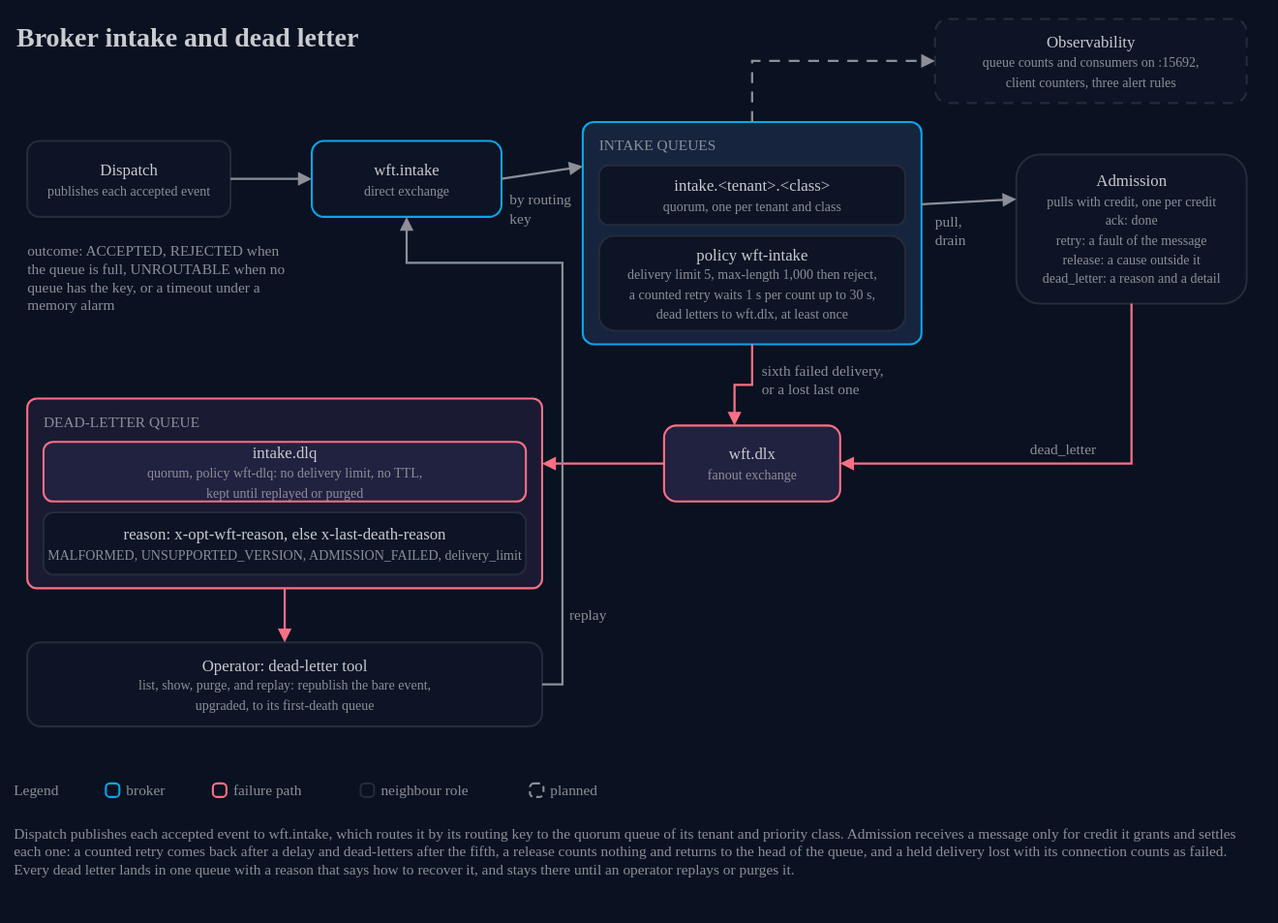
Earlier version of the draw.io export docs/architecture/19-broker-intake-and-dead-letter.drawio.svg (AndoNorth/disyard). Source tidied: cells renumbered, new cells last; positions are measured from the earlier drawing's top-left corner, leaving out a move shared by most shapes.
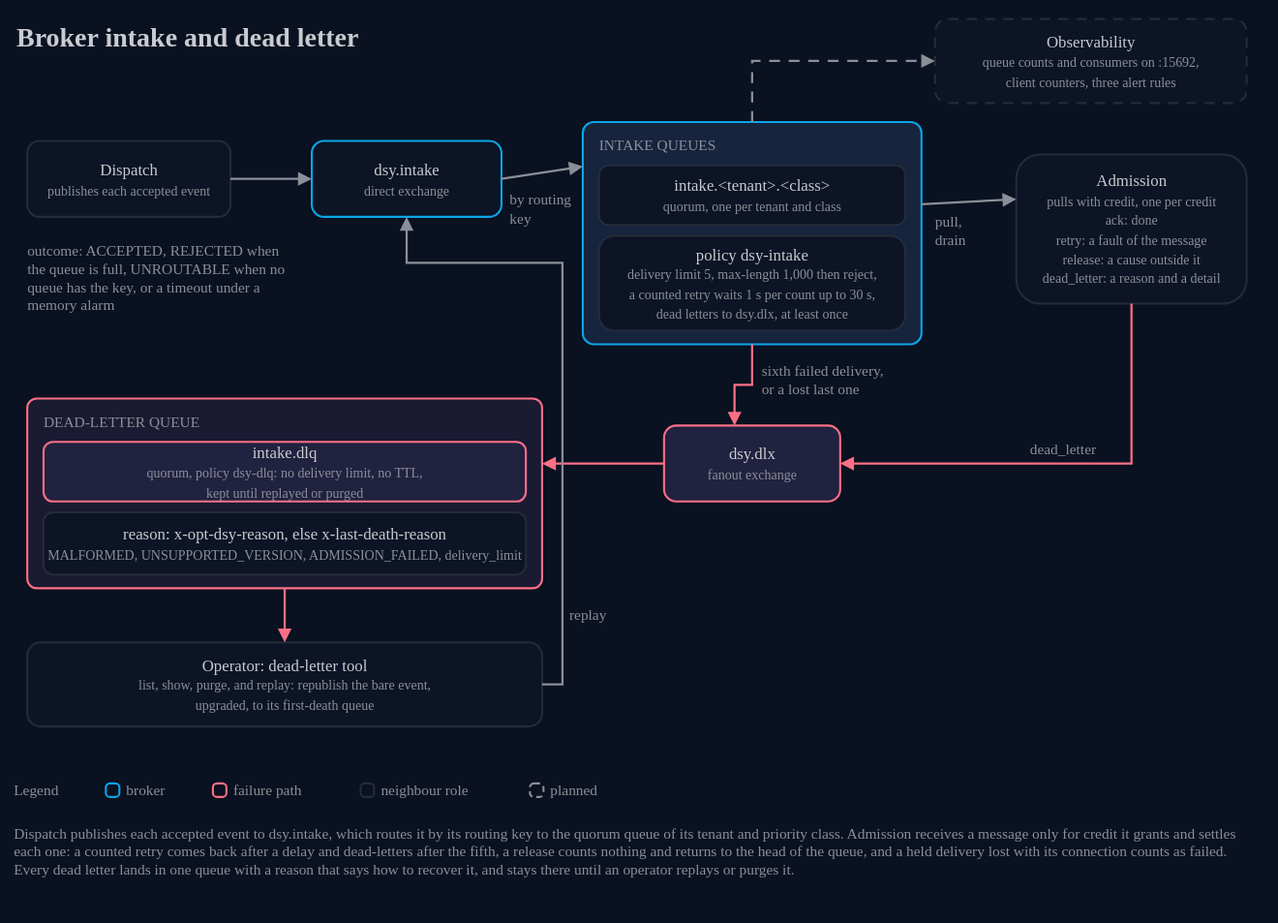
Above is the later version.

The edit, as a diff of the source:
```diff
@@ -14,7 +14,7 @@
     <mxCell id="5" value="outcome: ACCEPTED, REJECTED when the queue is full, UNROUTABLE when no queue has the key, or a timeout under a memory alarm" style="text;html=1;strokeColor=none;fillColor=none;align=left;verticalAlign=middle;whiteSpace=wrap;fontColor=#8c8f98;fontSize=11;fontFamily=IBM Plex Sans;spacing=0;" parent="1" vertex="1">
       <mxGeometry x="10" y="160" width="190" height="70" as="geometry" />
     </mxCell>
-    <mxCell id="6" value="wft.intake&lt;br&gt;&lt;font color=&quot;#8c8f98&quot; style=&quot;font-size:10px&quot;&gt;direct exchange&lt;/font&gt;" style="rounded=1;arcSize=16;html=1;whiteSpace=wrap;fillColor=#0c1425;strokeColor=#0ca5e9;strokeWidth=1.5;fontColor=#c9cbd0;fontSize=12;fontFamily=IBM Plex Sans;" parent="1" vertex="1">
+    <mxCell id="6" value="dsy.intake&lt;br&gt;&lt;font color=&quot;#8c8f98&quot; style=&quot;font-size:10px&quot;&gt;direct exchange&lt;/font&gt;" style="rounded=1;arcSize=16;html=1;whiteSpace=wrap;fillColor=#0c1425;strokeColor=#0ca5e9;strokeWidth=1.5;fontColor=#c9cbd0;fontSize=12;fontFamily=IBM Plex Sans;" parent="1" vertex="1">
       <mxGeometry x="220" y="94" width="140" height="56" as="geometry" />
     </mxCell>
     <mxCell id="7" style="rounded=1;arcSize=5;html=1;whiteSpace=wrap;fillColor=#16243e;strokeColor=#0ca5e9;strokeWidth=1.5;fontColor=#c9cbd0;fontSize=12;fontFamily=IBM Plex Sans;verticalAlign=top;align=left;" parent="1" vertex="1">
@@ -26,13 +26,13 @@
     <mxCell id="9" value="intake.&amp;lt;tenant&amp;gt;.&amp;lt;class&amp;gt;&lt;br&gt;&lt;font color=&quot;#8c8f98&quot; style=&quot;font-size:10px&quot;&gt;quorum, one per tenant and class&lt;/font&gt;" style="rounded=1;arcSize=16;html=1;whiteSpace=wrap;fillColor=#0c1425;strokeColor=#252b39;strokeWidth=1.5;fontColor=#c9cbd0;fontSize=12;fontFamily=IBM Plex Sans;" parent="1" vertex="1">
       <mxGeometry x="432" y="112" width="226" height="44" as="geometry" />
     </mxCell>
-    <mxCell id="10" value="policy wft-intake&lt;br&gt;&lt;font color=&quot;#8c8f98&quot; style=&quot;font-size:10px&quot;&gt;delivery limit 5, max-length 1,000 then reject,&lt;br&gt;a counted retry waits 1 s per count up to 30 s,&lt;br&gt;dead letters to wft.dlx, at least once&lt;/font&gt;" style="rounded=1;arcSize=16;html=1;whiteSpace=wrap;fillColor=#0c1425;strokeColor=#252b39;strokeWidth=1.5;fontColor=#c9cbd0;fontSize=12;fontFamily=IBM Plex Sans;" parent="1" vertex="1">
+    <mxCell id="10" value="policy dsy-intake&lt;br&gt;&lt;font color=&quot;#8c8f98&quot; style=&quot;font-size:10px&quot;&gt;delivery limit 5, max-length 1,000 then reject,&lt;br&gt;a counted retry waits 1 s per count up to 30 s,&lt;br&gt;dead letters to dsy.dlx, at least once&lt;/font&gt;" style="rounded=1;arcSize=16;html=1;whiteSpace=wrap;fillColor=#0c1425;strokeColor=#252b39;strokeWidth=1.5;fontColor=#c9cbd0;fontSize=12;fontFamily=IBM Plex Sans;" parent="1" vertex="1">
       <mxGeometry x="432" y="164" width="226" height="70" as="geometry" />
     </mxCell>
     <mxCell id="11" value="Admission&lt;br&gt;&lt;font color=&quot;#8c8f98&quot; style=&quot;font-size:10px&quot;&gt;pulls with credit, one per credit&lt;br&gt;ack: done&lt;br&gt;retry: a fault of the message&lt;br&gt;release: a cause outside it&lt;br&gt;dead_letter: a reason and a detail&lt;/font&gt;" style="rounded=1;arcSize=16;html=1;whiteSpace=wrap;fillColor=#0c1425;strokeColor=#252b39;strokeWidth=1.5;fontColor=#c9cbd0;fontSize=12;fontFamily=IBM Plex Sans;" parent="1" vertex="1">
       <mxGeometry x="740" y="104" width="170" height="110" as="geometry" />
     </mxCell>
-    <mxCell id="12" value="wft.dlx&lt;br&gt;&lt;font color=&quot;#8c8f98&quot; style=&quot;font-size:10px&quot;&gt;fanout exchange&lt;/font&gt;" style="rounded=1;arcSize=16;html=1;whiteSpace=wrap;fillColor=#212240;strokeColor=#fb7085;strokeWidth=1.5;fontColor=#c9cbd0;fontSize=12;fontFamily=IBM Plex Sans;" parent="1" vertex="1">
+    <mxCell id="12" value="dsy.dlx&lt;br&gt;&lt;font color=&quot;#8c8f98&quot; style=&quot;font-size:10px&quot;&gt;fanout exchange&lt;/font&gt;" style="rounded=1;arcSize=16;html=1;whiteSpace=wrap;fillColor=#212240;strokeColor=#fb7085;strokeWidth=1.5;fontColor=#c9cbd0;fontSize=12;fontFamily=IBM Plex Sans;" parent="1" vertex="1">
       <mxGeometry x="480" y="304" width="130" height="56" as="geometry" />
     </mxCell>
     <mxCell id="13" style="rounded=1;arcSize=5;html=1;whiteSpace=wrap;fillColor=#1a1a33;strokeColor=#fb7085;strokeWidth=1.5;fontColor=#c9cbd0;fontSize=12;fontFamily=IBM Plex Sans;verticalAlign=top;align=left;" parent="1" vertex="1">
@@ -41,10 +41,10 @@
     <mxCell id="14" value="DEAD-LETTER QUEUE" style="text;html=1;strokeColor=none;fillColor=none;align=left;verticalAlign=middle;whiteSpace=nowrap;fontColor=#8c8f98;fontSize=11;fontFamily=IBM Plex Mono;spacing=0;" parent="1" vertex="1">
       <mxGeometry x="22" y="292" width="356" height="18" as="geometry" />
     </mxCell>
-    <mxCell id="15" value="intake.dlq&lt;br&gt;&lt;font color=&quot;#8c8f98&quot; style=&quot;font-size:10px&quot;&gt;quorum, policy wft-dlq: no delivery limit, no TTL,&lt;br&gt;kept until replayed or purged&lt;/font&gt;" style="rounded=1;arcSize=16;html=1;whiteSpace=wrap;fillColor=#212240;strokeColor=#fb7085;strokeWidth=1.5;fontColor=#c9cbd0;fontSize=12;fontFamily=IBM Plex Sans;" parent="1" vertex="1">
+    <mxCell id="15" value="intake.dlq&lt;br&gt;&lt;font color=&quot;#8c8f98&quot; style=&quot;font-size:10px&quot;&gt;quorum, policy dsy-dlq: no delivery limit, no TTL,&lt;br&gt;kept until replayed or purged&lt;/font&gt;" style="rounded=1;arcSize=16;html=1;whiteSpace=wrap;fillColor=#212240;strokeColor=#fb7085;strokeWidth=1.5;fontColor=#c9cbd0;fontSize=12;fontFamily=IBM Plex Sans;" parent="1" vertex="1">
       <mxGeometry x="22" y="316" width="356" height="44" as="geometry" />
     </mxCell>
-    <mxCell id="16" value="reason: x-opt-wft-reason, else x-last-death-reason&lt;br&gt;&lt;font color=&quot;#8c8f98&quot; style=&quot;font-size:10px&quot;&gt;MALFORMED, UNSUPPORTED_VERSION, ADMISSION_FAILED, delivery_limit&lt;/font&gt;" style="rounded=1;arcSize=16;html=1;whiteSpace=wrap;fillColor=#0c1425;strokeColor=#252b39;strokeWidth=1.5;fontColor=#c9cbd0;fontSize=12;fontFamily=IBM Plex Sans;" parent="1" vertex="1">
+    <mxCell id="16" value="reason: x-opt-dsy-reason, else x-last-death-reason&lt;br&gt;&lt;font color=&quot;#8c8f98&quot; style=&quot;font-size:10px&quot;&gt;MALFORMED, UNSUPPORTED_VERSION, ADMISSION_FAILED, delivery_limit&lt;/font&gt;" style="rounded=1;arcSize=16;html=1;whiteSpace=wrap;fillColor=#0c1425;strokeColor=#252b39;strokeWidth=1.5;fontColor=#c9cbd0;fontSize=12;fontFamily=IBM Plex Sans;" parent="1" vertex="1">
       <mxGeometry x="22" y="368" width="356" height="46" as="geometry" />
     </mxCell>
     <mxCell id="17" value="Operator: dead-letter tool&lt;br&gt;&lt;font color=&quot;#8c8f98&quot; style=&quot;font-size:10px&quot;&gt;list, show, purge, and replay: republish the bare event,&lt;br&gt;upgraded, to its first-death queue&lt;/font&gt;" style="rounded=1;arcSize=16;html=1;whiteSpace=wrap;fillColor=#0c1425;strokeColor=#252b39;strokeWidth=1.5;fontColor=#c9cbd0;fontSize=12;fontFamily=IBM Plex Sans;" parent="1" vertex="1">
@@ -138,7 +138,7 @@
     <mxCell id="40" value="planned" style="text;html=1;strokeColor=none;fillColor=none;align=left;verticalAlign=middle;whiteSpace=nowrap;fontColor=#8c8f98;fontSize=11;fontFamily=IBM Plex Sans;spacing=0;" parent="1" vertex="1">
       <mxGeometry x="396" y="564" width="60" height="18" as="geometry" />
     </mxCell>
-    <mxCell id="41" value="Dispatch publishes each accepted event to wft.intake, which routes it by its routing key to the quorum queue of its tenant and priority class. Admission receives a message only for credit it grants and settles each one: a counted retry comes back after a delay and dead-letters after the fifth, a release counts nothing and returns to the head of the queue, and a held delivery lost with its connection counts as failed. Every dead letter lands in one queue with a reason that says how to recover it, and stays there until an operator replays or purges it." style="text;html=1;strokeColor=none;fillColor=none;align=left;verticalAlign=top;whiteSpace=wrap;fontColor=#8c8f98;fontSize=11;fontFamily=IBM Plex Sans;spacing=0;" parent="1" vertex="1">
+    <mxCell id="41" value="Dispatch publishes each accepted event to dsy.intake, which routes it by its routing key to the quorum queue of its tenant and priority class. Admission receives a message only for credit it grants and settles each one: a counted retry comes back after a delay and dead-letters after the fifth, a release counts nothing and returns to the head of the queue, and a held delivery lost with its connection counts as failed. Every dead letter lands in one queue with a reason that says how to recover it, and stays there until an operator replays or purges it." style="text;html=1;strokeColor=none;fillColor=none;align=left;verticalAlign=top;whiteSpace=wrap;fontColor=#8c8f98;fontSize=11;fontFamily=IBM Plex Sans;spacing=0;" parent="1" vertex="1">
       <mxGeometry y="594" width="910" height="56" as="geometry" />
     </mxCell>
   </root>
```
